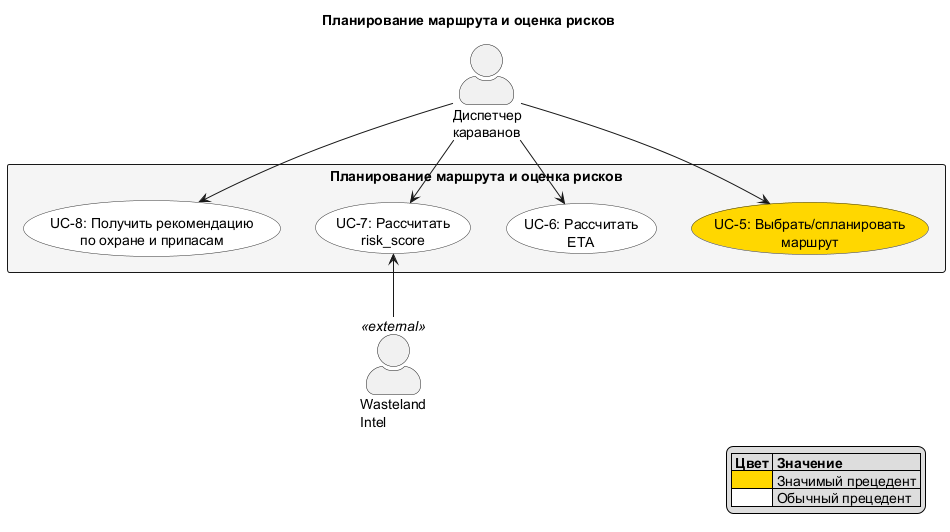
This is docs/diagrams/out/UC_2_Route.png from granikartem/MPI, a PlantUML export, as it was before one commit. Source of this version:
```plantuml
@startuml UC_2_Route
skinparam actorStyle awesome
skinparam usecaseBackgroundColor #White
skinparam usecaseBorderColor #333333
skinparam rectangleBackgroundColor #F5F5F5

title Планирование маршрута и оценка рисков

actor "Диспетчер\nкараванов" as Dispatcher

rectangle "Планирование маршрута и оценка рисков" {
  usecase "UC-5: Выбрать/спланировать\nмаршрут" as UC5 #Gold
  usecase "UC-6: Рассчитать\nETA" as UC6
  usecase "UC-7: Рассчитать\nrisk_score" as UC7
  usecase "UC-8: Получить рекомендацию\nпо охране и припасам" as UC8
}

actor "Wasteland\nIntel" as WastelandIntel <<external>>

Dispatcher --> UC5
Dispatcher --> UC6
Dispatcher --> UC7
Dispatcher --> UC8
UC7 <-- WastelandIntel

legend right
  |= Цвет |= Значение |
  | <#Gold> | Значимый прецедент |
  | <#White> | Обычный прецедент |
endlegend
@enduml
```
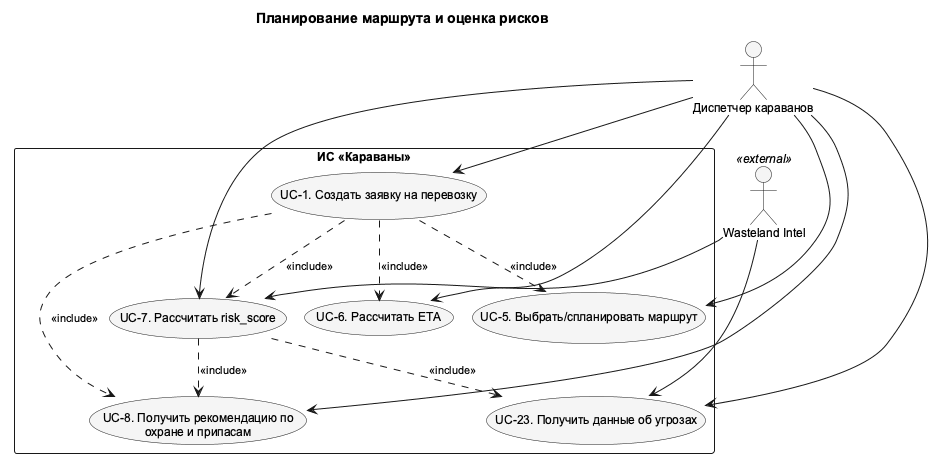
The same diagram one commit later.

Change to the diagram source:
```diff
@@ -1,31 +1,39 @@
 @startuml UC_2_Route
-skinparam actorStyle awesome
-skinparam usecaseBackgroundColor #White
-skinparam usecaseBorderColor #333333
-skinparam rectangleBackgroundColor #F5F5F5
-
+!pragma layout smetana
+skinparam shadowing false
+skinparam defaultFontName Arial
+skinparam defaultFontSize 12
+skinparam backgroundColor white
+skinparam nodesep 75
+skinparam ranksep 100
+skinparam ArrowFontSize 11
+skinparam usecaseBackgroundColor #F5F5F5
+skinparam activityBackgroundColor #F5F5F5
+top to bottom direction
 title Планирование маршрута и оценка рисков
 
-actor "Диспетчер\nкараванов" as Dispatcher
-
-rectangle "Планирование маршрута и оценка рисков" {
-  usecase "UC-5: Выбрать/спланировать\nмаршрут" as UC5 #Gold
-  usecase "UC-6: Рассчитать\nETA" as UC6
-  usecase "UC-7: Рассчитать\nrisk_score" as UC7
-  usecase "UC-8: Получить рекомендацию\nпо охране и припасам" as UC8
+actor "Диспетчер караванов" as Dispatcher
+actor "Wasteland Intel" as WI <<external>>
+rectangle "ИС «Караваны»" as SystemBoundary {
+  usecase "UC-1. Создать заявку на перевозку" as UC1
+  usecase "UC-5. Выбрать/спланировать маршрут" as UC5
+  usecase "UC-6. Рассчитать ETA" as UC6
+  usecase "UC-7. Рассчитать risk_score" as UC7
+  usecase "UC-8. Получить рекомендацию по\nохране и припасам" as UC8
+  usecase "UC-23. Получить данные об угрозах" as UC23
 }
-
-actor "Wasteland\nIntel" as WastelandIntel <<external>>
-
+UC1 ..> UC5 : <<include>>
+UC1 ..> UC6 : <<include>>
+UC1 ..> UC7 : <<include>>
+UC1 ..> UC8 : <<include>>
+UC7 ..> UC8 : <<include>>
+UC7 ..> UC23 : <<include>>
+Dispatcher --> UC1
 Dispatcher --> UC5
 Dispatcher --> UC6
 Dispatcher --> UC7
 Dispatcher --> UC8
-UC7 <-- WastelandIntel
-
-legend right
-  |= Цвет |= Значение |
-  | <#Gold> | Значимый прецедент |
-  | <#White> | Обычный прецедент |
-endlegend
+Dispatcher --> UC23
+WI --> UC7
+WI --> UC23
 @enduml
```
